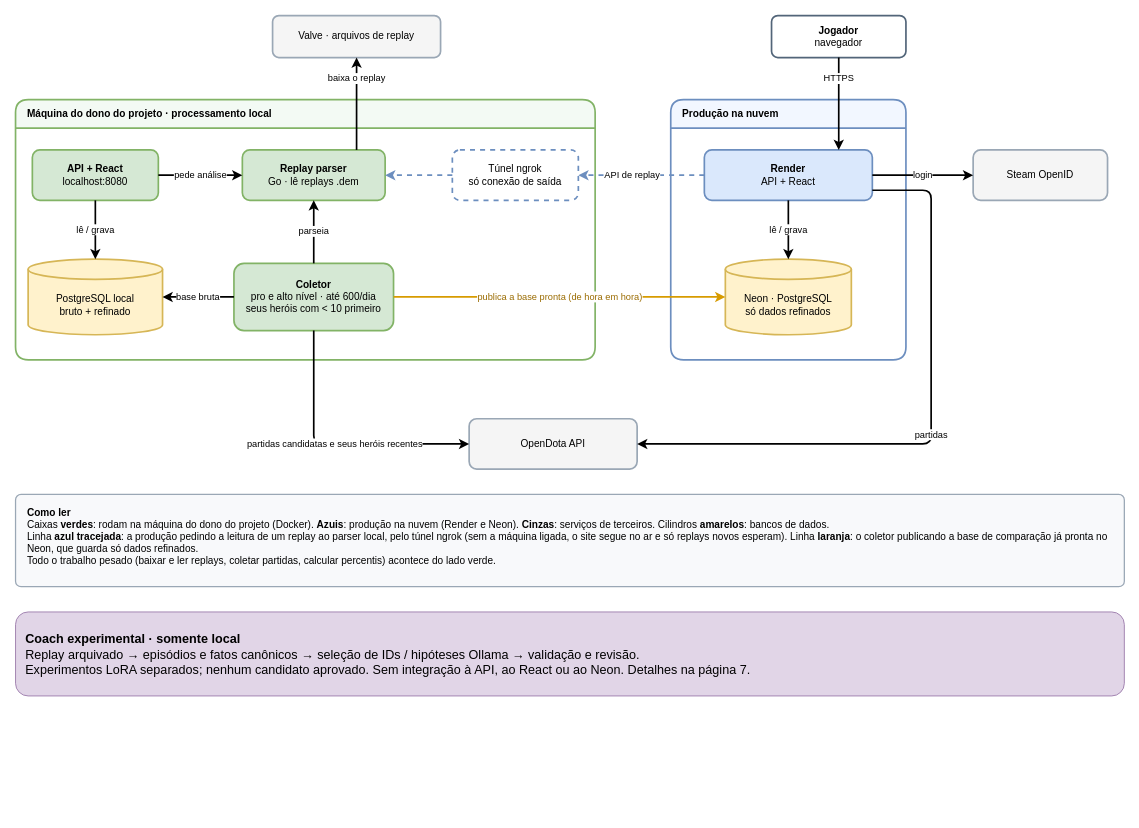
The draw.io diagram page "1. Arquitetura" (1 of 9) of docs/diagrams/dotaanalyst.drawio in andreomorg/dota_analyst, before the edit. Source tidied: cells renumbered, new cells numbered last; positions are measured from the earlier drawing's top-left corner, leaving out a move shared by most shapes. Both pictures are drawn from the tidied source at 84%, with x=0, y=0 at pixel (15, 15).
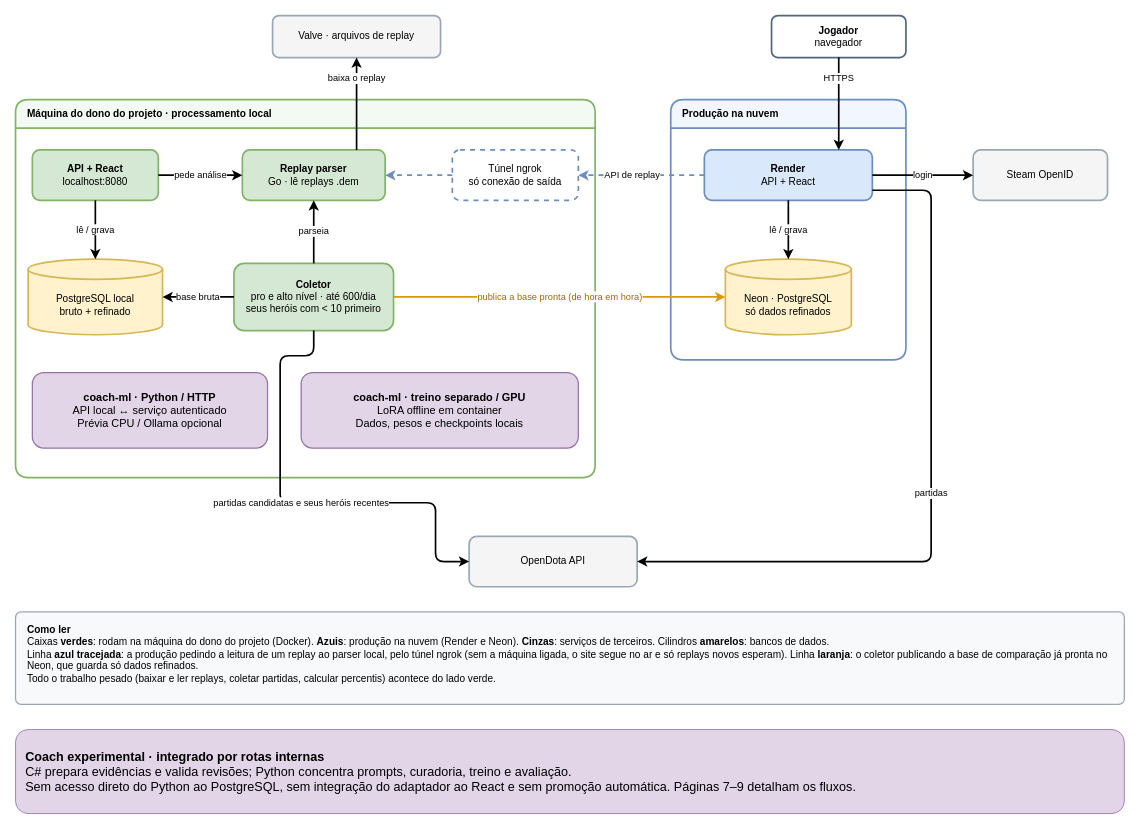
After the change.

Commit message (it also covers changes not shown here):
docs: update architecture diagrams for Python coaching and training

The change refers to these unchanged cells:
```xml
<mxCell id="8" value="&lt;b&gt;Coletor&lt;/b&gt;&lt;br&gt;pro e alto nível · até 600/dia&lt;br&gt;seus heróis com &amp;lt; 10 primeiro" style="rounded=1;whiteSpace=wrap;html=1;fillColor=#d5e8d4;strokeColor=#82b366;strokeWidth=2;" parent="1" vertex="1">
  <mxGeometry x="260" y="295" width="190" height="80" as="geometry" />
</mxCell>
<mxCell id="9" value="&lt;b&gt;Render&lt;/b&gt;&lt;br&gt;API + React" style="rounded=1;whiteSpace=wrap;html=1;fillColor=#dae8fc;strokeColor=#6c8ebf;strokeWidth=2;" parent="1" vertex="1">
  <mxGeometry x="820" y="160" width="200" height="60" as="geometry" />
</mxCell>
```

Diff of the diagram source:
```diff
@@
     <mxCell id="2" value="Máquina do dono do projeto · processamento local" style="swimlane;startSize=34;rounded=1;fillColor=#f3faf4;strokeColor=#82b366;strokeWidth=2;fontStyle=1;html=1;align=left;spacingLeft=12;" parent="1" vertex="1">
-      <mxGeometry y="100" width="690" height="310" as="geometry" />
+      <mxGeometry y="100" width="690" height="450" as="geometry" />
     </mxCell>
@@
     <mxCell id="14" value="OpenDota API" style="rounded=1;whiteSpace=wrap;html=1;fillColor=#f5f5f5;strokeColor=#9aa7b5;strokeWidth=2;" parent="1" vertex="1">
-      <mxGeometry x="540" y="480" width="200" height="60" as="geometry" />
+      <mxGeometry x="540" y="620" width="200" height="60" as="geometry" />
     </mxCell>
@@
     <mxCell id="18" value="partidas" style="edgeStyle=orthogonalEdgeStyle;rounded=1;strokeWidth=2;html=1;labelBackgroundColor=#ffffff;exitX=1;exitY=0.8;entryX=1;entryY=0.5;" parent="1" edge="1" source="9" target="14">
       <mxGeometry relative="1" as="geometry">
         <Array as="points">
           <mxPoint x="1090" y="208" />
-          <mxPoint x="1090" y="510" />
+          <mxPoint x="1090" y="650" />
         </Array>
       </mxGeometry>
     </mxCell>
@@
     <mxCell id="27" value="partidas candidatas e seus heróis recentes" style="edgeStyle=orthogonalEdgeStyle;rounded=1;strokeWidth=2;html=1;labelBackgroundColor=#ffffff;exitX=0.5;exitY=1;entryX=0;entryY=0.5;" parent="1" edge="1" source="8" target="14">
       <mxGeometry relative="1" as="geometry">
         <Array as="points">
-          <mxPoint x="355" y="510" />
+          <mxPoint x="355" y="405" />
+          <mxPoint x="315" y="405" />
+          <mxPoint x="315" y="580" />
+          <mxPoint x="500" y="580" />
+          <mxPoint x="500" y="650" />
         </Array>
       </mxGeometry>
     </mxCell>
     <mxCell id="28" value="&lt;b&gt;Como ler&lt;/b&gt;&lt;br&gt;Caixas &lt;b&gt;verdes&lt;/b&gt;: rodam na máquina do dono do projeto (Docker). &lt;b&gt;Azuis&lt;/b&gt;: produção na nuvem (Render e Neon). &lt;b&gt;Cinzas&lt;/b&gt;: serviços de terceiros. Cilindros &lt;b&gt;amarelos&lt;/b&gt;: bancos de dados.&lt;br&gt;Linha &lt;b&gt;azul tracejada&lt;/b&gt;: a produção pedindo a leitura de um replay ao parser local, pelo túnel ngrok (sem a máquina ligada, o site segue no ar e só replays novos esperam). Linha &lt;b&gt;laranja&lt;/b&gt;: o coletor publicando a base de comparação já pronta no Neon, que guarda só dados refinados.&lt;br&gt;Todo o trabalho pesado (baixar e ler replays, coletar partidas, calcular percentis) acontece do lado verde." style="rounded=1;whiteSpace=wrap;html=1;align=left;verticalAlign=top;spacingLeft=12;spacingRight=12;spacingTop=8;fillColor=#f8f9fb;strokeColor=#9aa7b5;strokeWidth=1.5;arcSize=6;" parent="1" vertex="1">
-      <mxGeometry y="570" width="1320" height="110" as="geometry" />
+      <mxGeometry y="710" width="1320" height="110" as="geometry" />
     </mxCell>
-    <mxCell id="29" value="&lt;b&gt;Coach experimental · somente local&lt;/b&gt;&lt;br&gt;Replay arquivado → episódios e fatos canônicos → seleção de IDs / hipóteses Ollama → validação e revisão.&lt;br&gt;Experimentos LoRA separados; nenhum candidato aprovado. Sem integração à API, ao React ou ao Neon. Detalhes na página 7." style="rounded=1;whiteSpace=wrap;html=1;fontSize=15;spacing=12;fillColor=#e1d5e7;strokeColor=#9673a6;align=left;" parent="1" vertex="1">
-      <mxGeometry y="710" width="1320" height="100" as="geometry" />
+    <mxCell id="29" value="&lt;b&gt;Coach experimental · integrado por rotas internas&lt;/b&gt;&lt;br&gt;C# prepara evidências e valida revisões; Python concentra prompts, curadoria, treino e avaliação.&lt;br&gt;Sem acesso direto do Python ao PostgreSQL, sem integração do adaptador ao React e sem promoção automática. Páginas 7–9 detalham os fluxos." style="rounded=1;whiteSpace=wrap;html=1;fontSize=15;spacing=12;fillColor=#e1d5e7;strokeColor=#9673a6;align=left;" parent="1" vertex="1">
+      <mxGeometry y="850" width="1320" height="100" as="geometry" />
     </mxCell>
+    <mxCell id="30" value="&lt;b&gt;coach-ml · Python / HTTP&lt;/b&gt;&lt;br&gt;API local ↔ serviço autenticado&lt;br&gt;Prévia CPU / Ollama opcional" style="rounded=1;whiteSpace=wrap;html=1;fontSize=13;spacing=14;fillColor=#e1d5e7;strokeColor=#9673a6;strokeWidth=1.5;" parent="1" vertex="1">
+      <mxGeometry x="20" y="425" width="280" height="90" as="geometry" />
+    </mxCell>
+    <mxCell id="31" value="&lt;b&gt;coach-ml · treino separado / GPU&lt;/b&gt;&lt;br&gt;LoRA offline em container&lt;br&gt;Dados, pesos e checkpoints locais" style="rounded=1;whiteSpace=wrap;html=1;fontSize=13;spacing=14;fillColor=#e1d5e7;strokeColor=#9673a6;strokeWidth=1.5;" parent="1" vertex="1">
+      <mxGeometry x="340" y="425" width="330" height="90" as="geometry" />
+    </mxCell>
```
